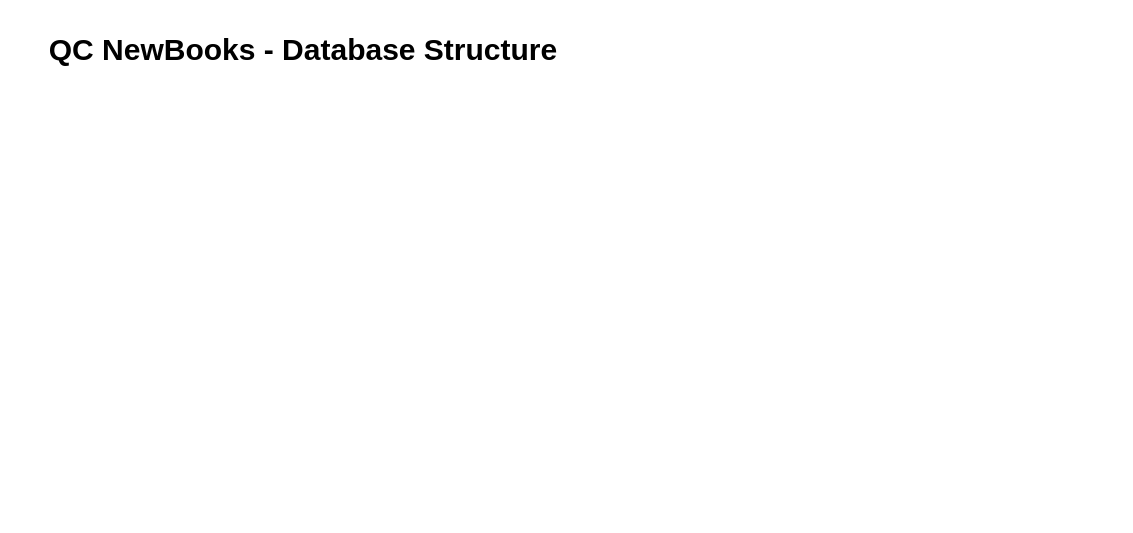
Earlier version of the draw.io diagram page "Part B - ERD" (2 of 2) of QC_NewBooks_Diagrams.drawio (tatianacastro1904-prog/diagram-qc-new-books). Source tidied: cells renumbered, new cells numbered last; positions are measured from the earlier drawing's top-left corner, leaving out a move shared by most shapes. Both pictures are drawn from the tidied source at 150%, with x=0, y=0 at pixel (26, 26).
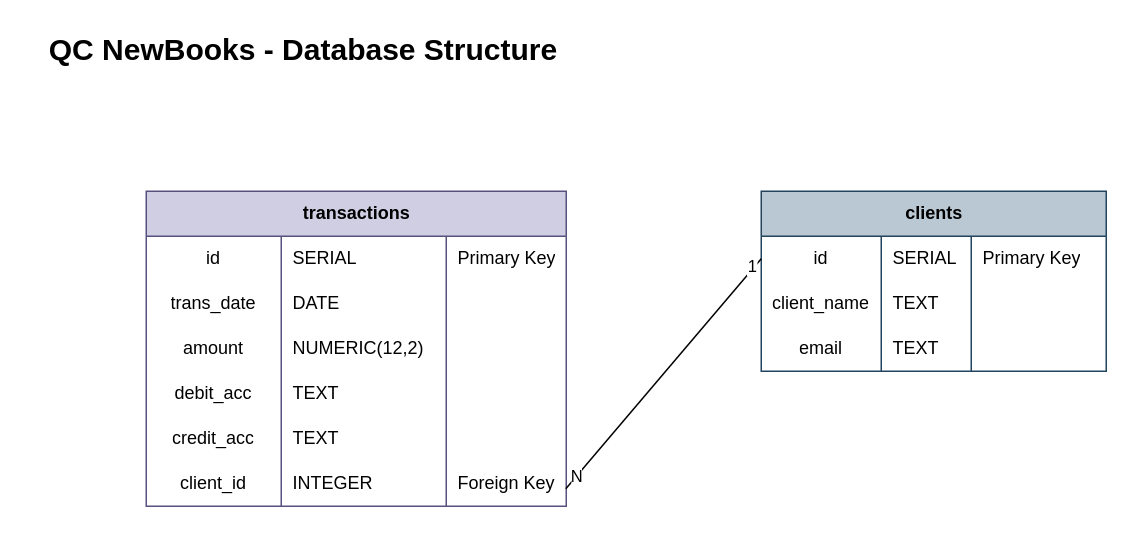
Above is the later version.

The edit, as a diff of the source:
```diff
@@
+    <mxCell id="3" value="transactions" style="shape=table;startSize=30;childLayout=tableLayout;rowLines=0;fontStyle=1;align=center;html=1;fillColor=#d0cee2;strokeColor=#56517e;" parent="1" vertex="1">
+      <mxGeometry x="80" y="110" width="280" height="210" as="geometry" />
+    </mxCell>
+    <mxCell id="4" style="shape=tableRow;horizontal=0;startSize=0;swimlaneHead=0;swimlaneBody=0;fillColor=none;top=0;left=0;right=0;bottom=0;" parent="3" vertex="1">
+      <mxGeometry y="30" width="280" height="30" as="geometry" />
+    </mxCell>
+    <mxCell id="5" value="id" style="shape=partialRectangle;fillColor=none;top=0;left=0;bottom=0;right=0;overflow=hidden;whiteSpace=wrap;html=1;" parent="4" vertex="1">
+      <mxGeometry width="90" height="30" as="geometry" />
+    </mxCell>
+    <mxCell id="6" value="SERIAL" style="shape=partialRectangle;fillColor=none;top=0;left=0;bottom=0;right=0;align=left;spacingLeft=6;overflow=hidden;whiteSpace=wrap;html=1;" parent="4" vertex="1">
+      <mxGeometry x="90" width="110" height="30" as="geometry" />
+    </mxCell>
+    <mxCell id="7" value="Primary Key" style="shape=partialRectangle;fillColor=none;top=0;left=0;bottom=0;right=0;align=left;spacingLeft=6;overflow=hidden;whiteSpace=wrap;html=1;" parent="4" vertex="1">
+      <mxGeometry x="200" width="80" height="30" as="geometry" />
+    </mxCell>
+    <mxCell id="8" style="shape=tableRow;horizontal=0;startSize=0;swimlaneHead=0;swimlaneBody=0;fillColor=none;top=0;left=0;right=0;bottom=0;" parent="3" vertex="1">
+      <mxGeometry y="60" width="280" height="30" as="geometry" />
+    </mxCell>
+    <mxCell id="9" value="trans_date" style="shape=partialRectangle;fillColor=none;top=0;left=0;bottom=0;right=0;overflow=hidden;whiteSpace=wrap;html=1;" parent="8" vertex="1">
+      <mxGeometry width="90" height="30" as="geometry" />
+    </mxCell>
+    <mxCell id="10" value="DATE" style="shape=partialRectangle;fillColor=none;top=0;left=0;bottom=0;right=0;align=left;spacingLeft=6;overflow=hidden;whiteSpace=wrap;html=1;" parent="8" vertex="1">
+      <mxGeometry x="90" width="110" height="30" as="geometry" />
+    </mxCell>
+    <mxCell id="11" style="shape=partialRectangle;fillColor=none;top=0;left=0;bottom=0;right=0;align=left;spacingLeft=6;overflow=hidden;whiteSpace=wrap;html=1;" parent="8" vertex="1">
+      <mxGeometry x="200" width="80" height="30" as="geometry" />
+    </mxCell>
+    <mxCell id="12" style="shape=tableRow;horizontal=0;startSize=0;swimlaneHead=0;swimlaneBody=0;fillColor=none;top=0;left=0;right=0;bottom=0;" parent="3" vertex="1">
+      <mxGeometry y="90" width="280" height="30" as="geometry" />
+    </mxCell>
+    <mxCell id="13" value="amount" style="shape=partialRectangle;fillColor=none;top=0;left=0;bottom=0;right=0;overflow=hidden;whiteSpace=wrap;html=1;" parent="12" vertex="1">
+      <mxGeometry width="90" height="30" as="geometry" />
+    </mxCell>
+    <mxCell id="14" value="NUMERIC(12,2)" style="shape=partialRectangle;fillColor=none;top=0;left=0;bottom=0;right=0;align=left;spacingLeft=6;overflow=hidden;whiteSpace=wrap;html=1;" parent="12" vertex="1">
+      <mxGeometry x="90" width="110" height="30" as="geometry" />
+    </mxCell>
+    <mxCell id="15" style="shape=partialRectangle;fillColor=none;top=0;left=0;bottom=0;right=0;align=left;spacingLeft=6;overflow=hidden;whiteSpace=wrap;html=1;" parent="12" vertex="1">
+      <mxGeometry x="200" width="80" height="30" as="geometry" />
+    </mxCell>
+    <mxCell id="16" style="shape=tableRow;horizontal=0;startSize=0;swimlaneHead=0;swimlaneBody=0;fillColor=none;top=0;left=0;right=0;bottom=0;" parent="3" vertex="1">
+      <mxGeometry y="120" width="280" height="30" as="geometry" />
+    </mxCell>
+    <mxCell id="17" value="debit_acc" style="shape=partialRectangle;fillColor=none;top=0;left=0;bottom=0;right=0;overflow=hidden;whiteSpace=wrap;html=1;" parent="16" vertex="1">
+      <mxGeometry width="90" height="30" as="geometry" />
+    </mxCell>
+    <mxCell id="18" value="TEXT" style="shape=partialRectangle;fillColor=none;top=0;left=0;bottom=0;right=0;align=left;spacingLeft=6;overflow=hidden;whiteSpace=wrap;html=1;" parent="16" vertex="1">
+      <mxGeometry x="90" width="110" height="30" as="geometry" />
+    </mxCell>
+    <mxCell id="19" style="shape=partialRectangle;fillColor=none;top=0;left=0;bottom=0;right=0;align=left;spacingLeft=6;overflow=hidden;whiteSpace=wrap;html=1;" parent="16" vertex="1">
+      <mxGeometry x="200" width="80" height="30" as="geometry" />
+    </mxCell>
+    <mxCell id="20" style="shape=tableRow;horizontal=0;startSize=0;swimlaneHead=0;swimlaneBody=0;fillColor=none;top=0;left=0;right=0;bottom=0;" parent="3" vertex="1">
+      <mxGeometry y="150" width="280" height="30" as="geometry" />
+    </mxCell>
+    <mxCell id="21" value="credit_acc" style="shape=partialRectangle;fillColor=none;top=0;left=0;bottom=0;right=0;overflow=hidden;whiteSpace=wrap;html=1;" parent="20" vertex="1">
+      <mxGeometry width="90" height="30" as="geometry" />
+    </mxCell>
+    <mxCell id="22" value="TEXT" style="shape=partialRectangle;fillColor=none;top=0;left=0;bottom=0;right=0;align=left;spacingLeft=6;overflow=hidden;whiteSpace=wrap;html=1;" parent="20" vertex="1">
+      <mxGeometry x="90" width="110" height="30" as="geometry" />
+    </mxCell>
+    <mxCell id="23" style="shape=partialRectangle;fillColor=none;top=0;left=0;bottom=0;right=0;align=left;spacingLeft=6;overflow=hidden;whiteSpace=wrap;html=1;" parent="20" vertex="1">
+      <mxGeometry x="200" width="80" height="30" as="geometry" />
+    </mxCell>
+    <mxCell id="24" style="shape=tableRow;horizontal=0;startSize=0;swimlaneHead=0;swimlaneBody=0;fillColor=none;points=[[0,0.5],[1,0.5]];portConstraint=eastwest;top=0;left=0;right=0;bottom=0;" parent="3" vertex="1">
+      <mxGeometry y="180" width="280" height="30" as="geometry" />
+    </mxCell>
+    <mxCell id="25" value="client_id" style="shape=partialRectangle;fillColor=none;top=0;left=0;bottom=0;right=0;overflow=hidden;whiteSpace=wrap;html=1;" parent="24" vertex="1">
+      <mxGeometry width="90" height="30" as="geometry" />
+    </mxCell>
+    <mxCell id="26" value="INTEGER" style="shape=partialRectangle;fillColor=none;top=0;left=0;bottom=0;right=0;align=left;spacingLeft=6;overflow=hidden;whiteSpace=wrap;html=1;" parent="24" vertex="1">
+      <mxGeometry x="90" width="110" height="30" as="geometry" />
+    </mxCell>
+    <mxCell id="27" value="Foreign Key" style="shape=partialRectangle;fillColor=none;top=0;left=0;bottom=0;right=0;align=left;spacingLeft=6;overflow=hidden;whiteSpace=wrap;html=1;" parent="24" vertex="1">
+      <mxGeometry x="200" width="80" height="30" as="geometry" />
+    </mxCell>
+    <mxCell id="28" value="clients" style="shape=table;startSize=30;childLayout=tableLayout;rowLines=0;fontStyle=1;align=center;html=1;fillColor=#bac8d3;strokeColor=#23445d;" parent="1" vertex="1">
+      <mxGeometry x="490" y="110" width="230" height="120" as="geometry" />
+    </mxCell>
+    <mxCell id="29" style="shape=tableRow;horizontal=0;startSize=0;swimlaneHead=0;swimlaneBody=0;fillColor=none;points=[[0,0.5],[1,0.5]];portConstraint=eastwest;top=0;left=0;right=0;bottom=0;" parent="28" vertex="1">
+      <mxGeometry y="30" width="230" height="30" as="geometry" />
+    </mxCell>
+    <mxCell id="30" value="id" style="shape=partialRectangle;fillColor=none;top=0;left=0;bottom=0;right=0;overflow=hidden;whiteSpace=wrap;html=1;" parent="29" vertex="1">
+      <mxGeometry width="80" height="30" as="geometry" />
+    </mxCell>
+    <mxCell id="31" value="SERIAL" style="shape=partialRectangle;fillColor=none;top=0;left=0;bottom=0;right=0;align=left;spacingLeft=6;overflow=hidden;whiteSpace=wrap;html=1;" parent="29" vertex="1">
+      <mxGeometry x="80" width="60" height="30" as="geometry" />
+    </mxCell>
+    <mxCell id="32" value="Primary Key" style="shape=partialRectangle;fillColor=none;top=0;left=0;bottom=0;right=0;align=left;spacingLeft=6;overflow=hidden;whiteSpace=wrap;html=1;" parent="29" vertex="1">
+      <mxGeometry x="140" width="90" height="30" as="geometry" />
+    </mxCell>
+    <mxCell id="33" style="shape=tableRow;horizontal=0;startSize=0;swimlaneHead=0;swimlaneBody=0;fillColor=none;top=0;left=0;right=0;bottom=0;" parent="28" vertex="1">
+      <mxGeometry y="60" width="230" height="30" as="geometry" />
+    </mxCell>
+    <mxCell id="34" value="client_name" style="shape=partialRectangle;fillColor=none;top=0;left=0;bottom=0;right=0;overflow=hidden;whiteSpace=wrap;html=1;" parent="33" vertex="1">
+      <mxGeometry width="80" height="30" as="geometry" />
+    </mxCell>
+    <mxCell id="35" value="TEXT" style="shape=partialRectangle;fillColor=none;top=0;left=0;bottom=0;right=0;align=left;spacingLeft=6;overflow=hidden;whiteSpace=wrap;html=1;" parent="33" vertex="1">
+      <mxGeometry x="80" width="60" height="30" as="geometry" />
+    </mxCell>
+    <mxCell id="36" style="shape=partialRectangle;fillColor=none;top=0;left=0;bottom=0;right=0;align=left;spacingLeft=6;overflow=hidden;whiteSpace=wrap;html=1;" parent="33" vertex="1">
+      <mxGeometry x="140" width="90" height="30" as="geometry" />
+    </mxCell>
+    <mxCell id="37" style="shape=tableRow;horizontal=0;startSize=0;swimlaneHead=0;swimlaneBody=0;fillColor=none;top=0;left=0;right=0;bottom=0;" parent="28" vertex="1">
+      <mxGeometry y="90" width="230" height="30" as="geometry" />
+    </mxCell>
+    <mxCell id="38" value="email" style="shape=partialRectangle;fillColor=none;top=0;left=0;bottom=0;right=0;overflow=hidden;whiteSpace=wrap;html=1;" parent="37" vertex="1">
+      <mxGeometry width="80" height="30" as="geometry" />
+    </mxCell>
+    <mxCell id="39" value="TEXT" style="shape=partialRectangle;fillColor=none;top=0;left=0;bottom=0;right=0;align=left;spacingLeft=6;overflow=hidden;whiteSpace=wrap;html=1;" parent="37" vertex="1">
+      <mxGeometry x="80" width="60" height="30" as="geometry" />
+    </mxCell>
+    <mxCell id="40" style="shape=partialRectangle;fillColor=none;top=0;left=0;bottom=0;right=0;align=left;spacingLeft=6;overflow=hidden;whiteSpace=wrap;html=1;" parent="37" vertex="1">
+      <mxGeometry x="140" width="90" height="30" as="geometry" />
+    </mxCell>
+    <mxCell id="41" style="endArrow=none;html=1;rounded=0;entryX=0;entryY=0.5;entryDx=0;entryDy=0;exitX=0.999;exitY=0.611;exitDx=0;exitDy=0;exitPerimeter=0;" parent="1" edge="1" source="24" target="29">
+      <mxGeometry relative="1" as="geometry" />
+    </mxCell>
+    <mxCell id="42" value="1" style="edgeLabel;html=1;align=center;verticalAlign=middle;" parent="41" vertex="1">
+      <mxGeometry x="0.92" y="2" relative="1" as="geometry" />
+    </mxCell>
+    <mxCell id="43" value="N" style="edgeLabel;html=1;align=center;verticalAlign=middle;" parent="41" vertex="1">
+      <mxGeometry x="-0.89" relative="1" as="geometry" />
+    </mxCell>
```
